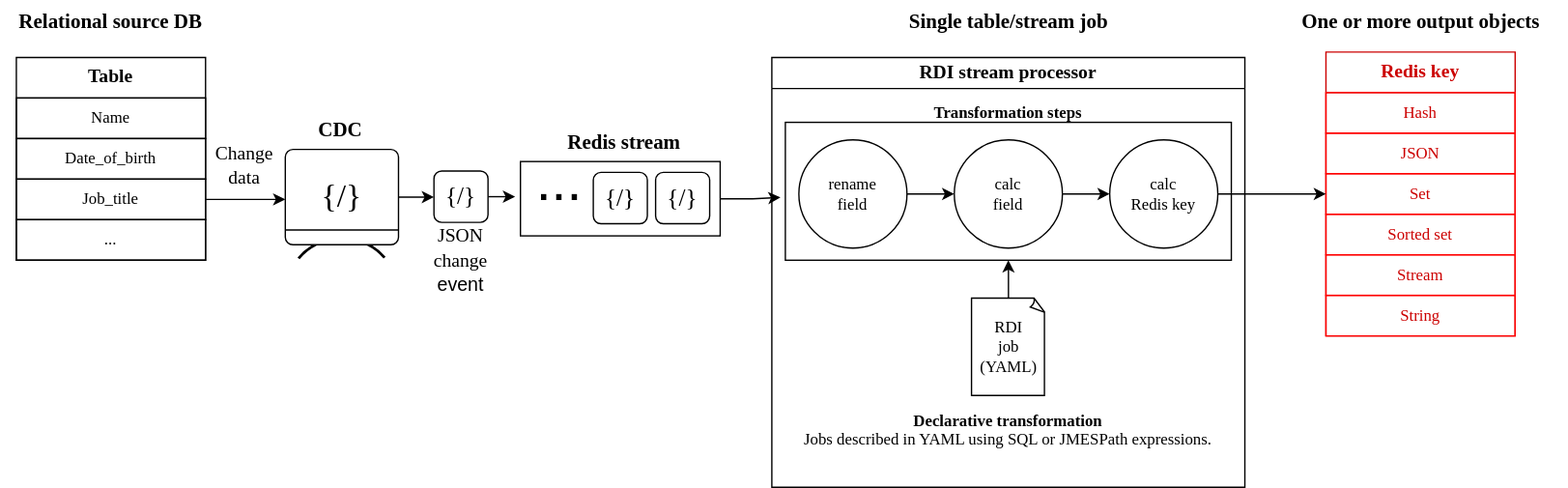
This is static/images/rdi/RDIPipeDataflow.drawio.svg from redis/docs, a draw.io export, as it was before one commit. Source tidied: cells renumbered, new cells last; positions are measured from the earlier drawing's top-left corner, leaving out a move shared by most shapes.
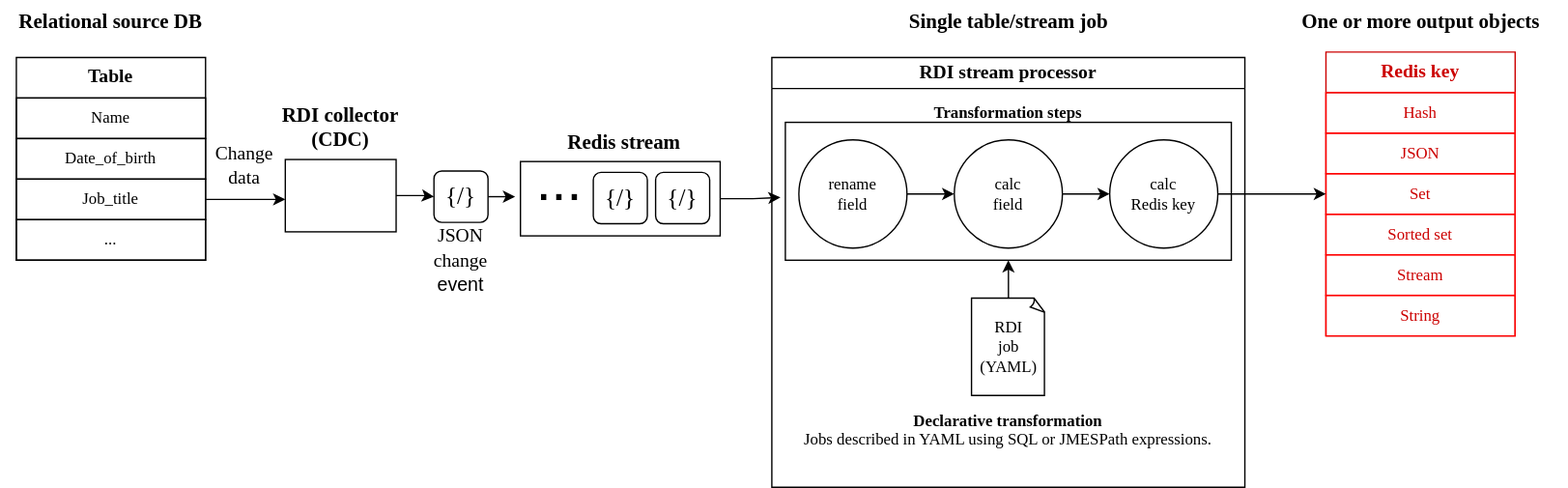
Later version of the same file.

Commit message:
DOC-4275 further updates to diagram

What changed in the source:
```diff
@@ -2,27 +2,6 @@
   <root>
     <mxCell id="0" />
     <mxCell id="1" parent="0" />
-    <mxCell id="2" style="group;" parent="1" vertex="1">
-      <mxGeometry x="210" y="101" width="89" height="149" as="geometry" />
-    </mxCell>
-    <mxCell id="3" style="verticalLabelPosition=bottom;verticalAlign=top;html=1;shape=mxgraph.basic.arc;startAngle=0.5976845445438691;endAngle=0.8989323560671225;rotation=90;strokeWidth=2;" parent="2" vertex="1">
-      <mxGeometry x="7" y="70.6" width="69.8" height="78.4" as="geometry" />
-    </mxCell>
-    <mxCell id="4" style="group;" parent="2" vertex="1">
-      <mxGeometry y="9" width="83.8" height="70.6" as="geometry" />
-    </mxCell>
-    <mxCell id="5" style="rounded=1;whiteSpace=wrap;html=1;arcSize=8;" parent="4" vertex="1">
-      <mxGeometry width="83.8" height="70.6" as="geometry" />
-    </mxCell>
-    <mxCell id="6" style="endArrow=none;html=1;rounded=0;" parent="4" edge="1">
-      <mxGeometry relative="1" as="geometry">
-        <mxPoint y="59.6" as="sourcePoint" />
-        <mxPoint x="83.8" y="59.6" as="targetPoint" />
-      </mxGeometry>
-    </mxCell>
-    <mxCell id="7" value="{/}" style="text;html=1;align=center;verticalAlign=middle;whiteSpace=wrap;rounded=0;fontFamily=Space Mono;fontSize=24;" parent="4" vertex="1">
-      <mxGeometry x="12.7" y="15.3" width="58.3" height="40" as="geometry" />
-    </mxCell>
     <mxCell id="8" value="RDI stream processor" style="swimlane;whiteSpace=wrap;html=1;fontFamily=Space Grotesk;fontSize=14;labelBackgroundColor=default;" parent="1" vertex="1">
       <mxGeometry x="570" y="42" width="350" height="318" as="geometry" />
     </mxCell>
@@ -141,14 +120,17 @@
     <mxCell id="45" value="&lt;div style=&quot;font-size: 14px;&quot;&gt;&lt;font style=&quot;font-size: 14px;&quot; face=&quot;Space Mono&quot;&gt;JSON&lt;/font&gt;&lt;/div&gt;&lt;font style=&quot;font-size: 14px;&quot; face=&quot;Space Mono&quot;&gt;change&lt;/font&gt;&lt;div style=&quot;font-size: 14px;&quot;&gt;event&lt;/div&gt;" style="text;html=1;align=center;verticalAlign=middle;whiteSpace=wrap;rounded=0;fontSize=14;" parent="1" vertex="1">
       <mxGeometry x="315" y="177" width="50" height="30" as="geometry" />
     </mxCell>
-    <mxCell id="46" style="edgeStyle=orthogonalEdgeStyle;rounded=0;jettySize=auto;html=1;exitX=1;exitY=0.5;exitDx=0;exitDy=0;entryX=0;entryY=0.5;entryDx=0;entryDy=0;" parent="1" edge="1" source="5" target="44">
-      <mxGeometry relative="1" as="geometry" />
-    </mxCell>
-    <mxCell id="47" value="CDC" style="text;html=1;align=center;verticalAlign=middle;whiteSpace=wrap;rounded=0;fontFamily=Space Grotesk;fontStyle=1;fontSize=15;" parent="1" vertex="1">
-      <mxGeometry x="169.5" y="80" width="162" height="30" as="geometry" />
-    </mxCell>
     <mxCell id="48" value="Redis stream" style="text;html=1;align=center;verticalAlign=middle;whiteSpace=wrap;rounded=0;fontFamily=Space Grotesk;fontStyle=1;fontSize=15;" parent="1" vertex="1">
       <mxGeometry x="379.8" y="89" width="162" height="30" as="geometry" />
     </mxCell>
+    <mxCell id="49" style="edgeStyle=orthogonalEdgeStyle;rounded=0;jettySize=auto;html=1;entryX=0;entryY=0.5;entryDx=0;entryDy=0;" parent="1" edge="1" source="50" target="44">
+      <mxGeometry relative="1" as="geometry" />
+    </mxCell>
+    <mxCell id="50" style="rounded=0;whiteSpace=wrap;html=1;fontSize=12;" parent="1" vertex="1">
+      <mxGeometry x="210" y="117.5" width="82" height="53.5" as="geometry" />
+    </mxCell>
+    <mxCell id="51" value="RDI collector&lt;div&gt;(CDC)&lt;/div&gt;" style="text;html=1;align=center;verticalAlign=middle;whiteSpace=wrap;rounded=0;fontFamily=Space Grotesk;fontStyle=1;fontSize=15;" parent="1" vertex="1">
+      <mxGeometry x="170" y="78" width="162" height="30" as="geometry" />
+    </mxCell>
   </root>
 </mxGraphModel>
```
